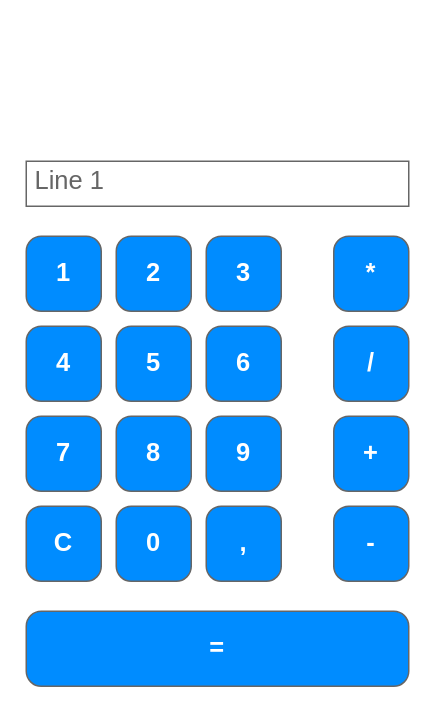
This is page "Page-3" (2 of 2) of TWCalculator/Resources/TWCalculator.drawio from Plasmat1x/CalculatorTeamWork, a draw.io file, before an edit. Source tidied: cells renumbered, new cells numbered last; positions are measured from the earlier drawing's top-left corner, leaving out a move shared by most shapes. Both pictures are drawn from the tidied source at 150%, with x=0, y=0 at pixel (26, 160).
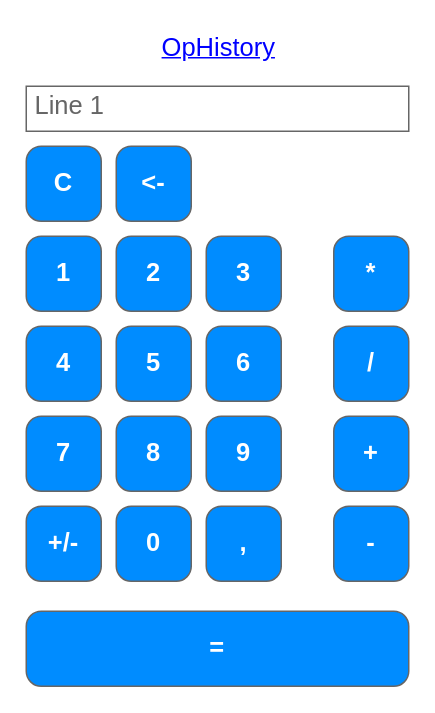
Above is the later version.

What changed in the source:
```diff
@@
     <mxCell id="3" value="Line 1" style="strokeWidth=1;shadow=0;dashed=0;align=center;html=1;shape=mxgraph.mockup.text.textBox;fontColor=#666666;align=left;fontSize=17;spacingLeft=4;spacingTop=-3;strokeColor=#666666;mainText=;" parent="1" vertex="1">
-      <mxGeometry width="255" height="30" as="geometry" />
+      <mxGeometry y="-50" width="255" height="30" as="geometry" />
     </mxCell>
@@
     <mxCell id="19" value="C" style="strokeWidth=1;shadow=0;dashed=0;align=center;html=1;shape=mxgraph.mockup.buttons.button;strokeColor=#666666;fontColor=#ffffff;mainText=;buttonStyle=round;fontSize=17;fontStyle=1;fillColor=#008cff;whiteSpace=wrap;" parent="1" vertex="1">
-      <mxGeometry y="230" width="50" height="50" as="geometry" />
+      <mxGeometry y="-10" width="50" height="50" as="geometry" />
     </mxCell>
+    <mxCell id="20" value="+/-" style="strokeWidth=1;shadow=0;dashed=0;align=center;html=1;shape=mxgraph.mockup.buttons.button;strokeColor=#666666;fontColor=#ffffff;mainText=;buttonStyle=round;fontSize=17;fontStyle=1;fillColor=#008cff;whiteSpace=wrap;" parent="1" vertex="1">
+      <mxGeometry y="230" width="50" height="50" as="geometry" />
+    </mxCell>
+    <mxCell id="21" value="&amp;lt;-" style="strokeWidth=1;shadow=0;dashed=0;align=center;html=1;shape=mxgraph.mockup.buttons.button;strokeColor=#666666;fontColor=#ffffff;mainText=;buttonStyle=round;fontSize=17;fontStyle=1;fillColor=#008cff;whiteSpace=wrap;" parent="1" vertex="1">
+      <mxGeometry x="60" y="-10" width="50" height="50" as="geometry" />
+    </mxCell>
+    <mxCell id="22" value="OpHistory" style="shape=rectangle;strokeColor=none;fillColor=none;linkText=;fontSize=17;fontColor=#0000ff;fontStyle=4;html=1;align=center;" parent="1" vertex="1">
+      <mxGeometry x="52.5" y="-90" width="150" height="30" as="geometry" />
+    </mxCell>
```
